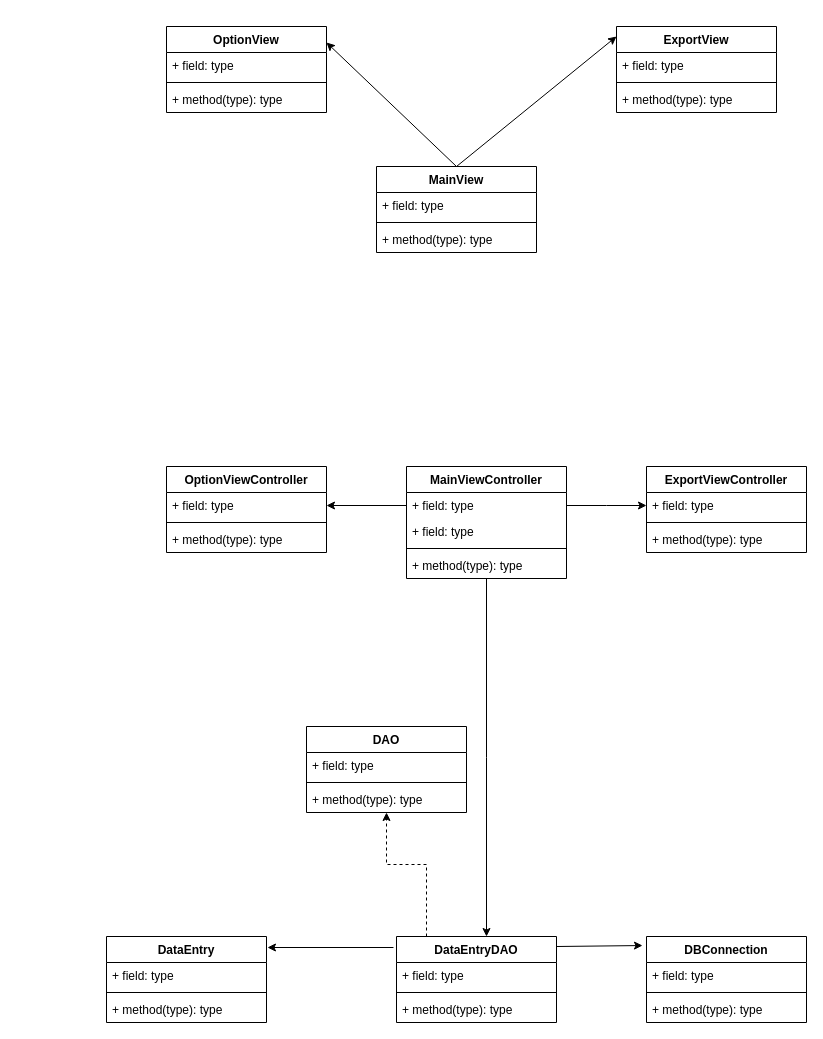
This is page "class" (2 of 7) of draw.io/SimpleTimeTracker.drawio from j323m13/simpletimetracker, a draw.io file, before an edit. Source tidied: cells renumbered, new cells numbered last; positions are measured from the earlier drawing's top-left corner, leaving out a move shared by most shapes. Both pictures are drawn from the tidied source at 100%, with x=0, y=0 at pixel (106, 26).
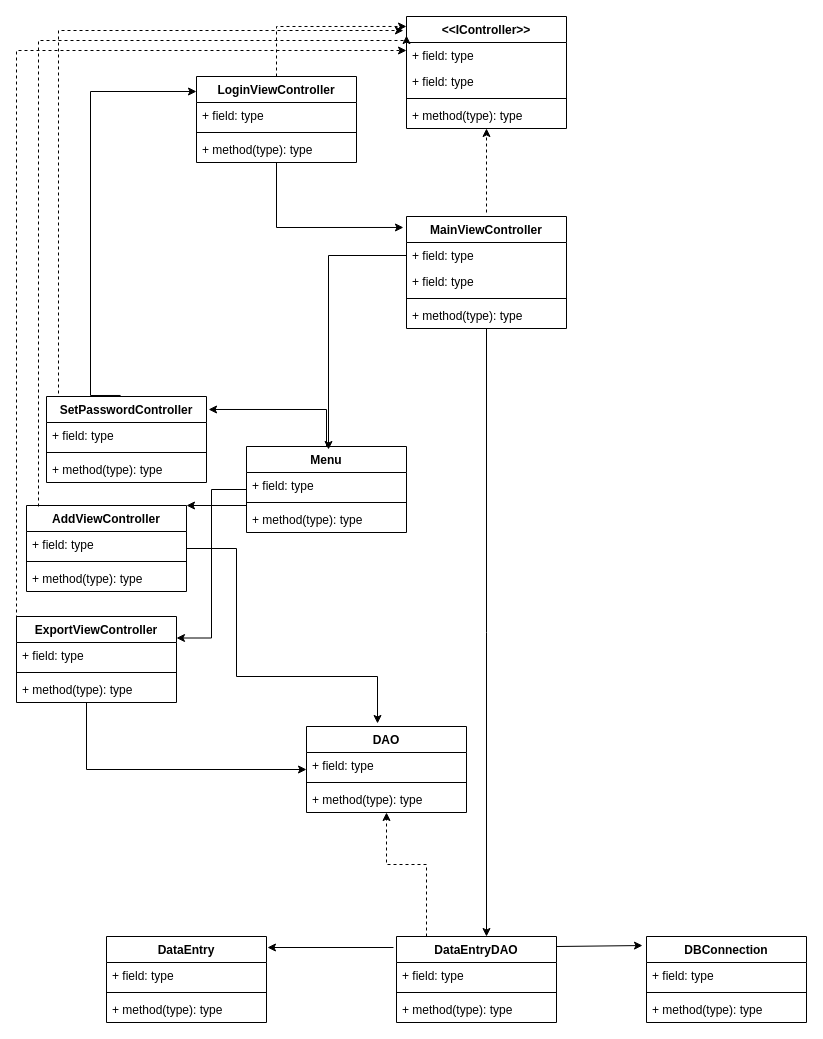
After the change.

Unchanged cells that the change refers to:
```xml
<mxCell id="2" value="DAO" style="swimlane;fontStyle=1;align=center;verticalAlign=top;horizontal=1;startSize=26;" parent="1" vertex="1">
  <mxGeometry x="200" y="700" width="160" height="86" as="geometry" />
</mxCell>
<mxCell id="39" value="+ field: type" style="text;strokeColor=none;fillColor=none;align=left;verticalAlign=top;spacingLeft=4;spacingRight=4;overflow=hidden;points=[[0,0.5],[1,0.5]];portConstraint=eastwest;" parent="36" vertex="1">
  <mxGeometry y="26" width="160" height="26" as="geometry" />
</mxCell>
```

What changed in the source:
```diff
@@
-    <mxCell id="16" value="MainView" style="swimlane;fontStyle=1;align=center;verticalAlign=top;horizontal=1;startSize=26;" parent="1" vertex="1">
-      <mxGeometry x="270" y="140" width="160" height="86" as="geometry" />
-    </mxCell>
-    <mxCell id="17" value="+ field: type" style="text;strokeColor=none;fillColor=none;align=left;verticalAlign=top;spacingLeft=4;spacingRight=4;overflow=hidden;" parent="16" vertex="1">
-      <mxGeometry y="26" width="160" height="26" as="geometry" />
-    </mxCell>
-    <mxCell id="18" style="line;strokeWidth=1;fillColor=none;align=left;verticalAlign=middle;spacingTop=-1;spacingLeft=3;spacingRight=3;labelPosition=right;" parent="16" vertex="1">
-      <mxGeometry y="52" width="160" height="8" as="geometry" />
-    </mxCell>
-    <mxCell id="19" value="+ method(type): type" style="text;strokeColor=none;fillColor=none;align=left;verticalAlign=top;spacingLeft=4;spacingRight=4;overflow=hidden;" parent="16" vertex="1">
-      <mxGeometry y="60" width="160" height="26" as="geometry" />
-    </mxCell>
-    <mxCell id="20" value="OptionView" style="swimlane;fontStyle=1;align=center;verticalAlign=top;horizontal=1;startSize=26;" parent="1" vertex="1">
-      <mxGeometry x="60" width="160" height="86" as="geometry" />
-    </mxCell>
-    <mxCell id="21" value="+ field: type" style="text;strokeColor=none;fillColor=none;align=left;verticalAlign=top;spacingLeft=4;spacingRight=4;overflow=hidden;" parent="20" vertex="1">
-      <mxGeometry y="26" width="160" height="26" as="geometry" />
-    </mxCell>
-    <mxCell id="22" style="line;strokeWidth=1;fillColor=none;align=left;verticalAlign=middle;spacingTop=-1;spacingLeft=3;spacingRight=3;labelPosition=right;" parent="20" vertex="1">
-      <mxGeometry y="52" width="160" height="8" as="geometry" />
-    </mxCell>
-    <mxCell id="23" value="+ method(type): type" style="text;strokeColor=none;fillColor=none;align=left;verticalAlign=top;spacingLeft=4;spacingRight=4;overflow=hidden;" parent="20" vertex="1">
-      <mxGeometry y="60" width="160" height="26" as="geometry" />
-    </mxCell>
-    <mxCell id="24" value="ExportView" style="swimlane;fontStyle=1;align=center;verticalAlign=top;horizontal=1;startSize=26;" parent="1" vertex="1">
-      <mxGeometry x="510" width="160" height="86" as="geometry" />
-    </mxCell>
-    <mxCell id="25" value="+ field: type" style="text;strokeColor=none;fillColor=none;align=left;verticalAlign=top;spacingLeft=4;spacingRight=4;overflow=hidden;" parent="24" vertex="1">
-      <mxGeometry y="26" width="160" height="26" as="geometry" />
-    </mxCell>
-    <mxCell id="26" style="line;strokeWidth=1;fillColor=none;align=left;verticalAlign=middle;spacingTop=-1;spacingLeft=3;spacingRight=3;labelPosition=right;" parent="24" vertex="1">
-      <mxGeometry y="52" width="160" height="8" as="geometry" />
-    </mxCell>
-    <mxCell id="27" value="+ method(type): type" style="text;strokeColor=none;fillColor=none;align=left;verticalAlign=top;spacingLeft=4;spacingRight=4;overflow=hidden;" parent="24" vertex="1">
-      <mxGeometry y="60" width="160" height="26" as="geometry" />
-    </mxCell>
-    <mxCell id="28" style="endArrow=classic;html=1;exitX=0.5;exitY=0;exitDx=0;exitDy=0;entryX=1;entryY=0.186;entryDx=0;entryDy=0;entryPerimeter=0;" parent="1" edge="1" source="16" target="20">
-      <mxGeometry relative="1" as="geometry" />
-    </mxCell>
-    <mxCell id="29" style="endArrow=classic;html=1;exitX=0.5;exitY=0;exitDx=0;exitDy=0;entryX=0;entryY=0.116;entryDx=0;entryDy=0;entryPerimeter=0;" parent="1" edge="1" source="16" target="24">
-      <mxGeometry relative="1" as="geometry" />
-    </mxCell>
@@
     <mxCell id="36" value="MainViewController" style="swimlane;fontStyle=1;align=center;verticalAlign=top;horizontal=1;startSize=26;" parent="1" vertex="1">
-      <mxGeometry x="300" y="440" width="160" height="112" as="geometry" />
+      <mxGeometry x="300" y="190" width="160" height="112" as="geometry" />
     </mxCell>
-    <mxCell id="37" style="edgeStyle=orthogonalEdgeStyle;rounded=0;jettySize=auto;html=1;" parent="36" edge="1" source="39">
-      <mxGeometry relative="1" as="geometry">
-        <mxPoint x="-80" y="39" as="targetPoint" />
-      </mxGeometry>
-    </mxCell>
-    <mxCell id="38" style="edgeStyle=orthogonalEdgeStyle;rounded=0;jettySize=auto;html=1;" parent="36" edge="1" source="39">
-      <mxGeometry relative="1" as="geometry">
-        <mxPoint x="240" y="39" as="targetPoint" />
-      </mxGeometry>
-    </mxCell>
@@
+    <mxCell id="47" value="ExportViewController" style="swimlane;fontStyle=1;align=center;verticalAlign=top;horizontal=1;startSize=26;" parent="1" vertex="1">
+      <mxGeometry x="-90" y="590" width="160" height="86" as="geometry" />
+    </mxCell>
+    <mxCell id="48" value="+ field: type" style="text;strokeColor=none;fillColor=none;align=left;verticalAlign=top;spacingLeft=4;spacingRight=4;overflow=hidden;" parent="47" vertex="1">
+      <mxGeometry y="26" width="160" height="26" as="geometry" />
+    </mxCell>
+    <mxCell id="49" style="line;strokeWidth=1;fillColor=none;align=left;verticalAlign=middle;spacingTop=-1;spacingLeft=3;spacingRight=3;labelPosition=right;" parent="47" vertex="1">
+      <mxGeometry y="52" width="160" height="8" as="geometry" />
+    </mxCell>
+    <mxCell id="50" value="+ method(type): type" style="text;strokeColor=none;fillColor=none;align=left;verticalAlign=top;spacingLeft=4;spacingRight=4;overflow=hidden;" parent="47" vertex="1">
+      <mxGeometry y="60" width="160" height="26" as="geometry" />
+    </mxCell>
+    <mxCell id="51" style="edgeStyle=orthogonalEdgeStyle;rounded=0;jettySize=auto;html=1;entryX=-0.019;entryY=0.098;entryDx=0;entryDy=0;entryPerimeter=0;" parent="1" edge="1" source="52" target="36">
+      <mxGeometry relative="1" as="geometry">
+        <Array as="points">
+          <mxPoint x="170" y="201" />
+        </Array>
+      </mxGeometry>
+    </mxCell>
+    <mxCell id="52" value="LoginViewController" style="swimlane;fontStyle=1;align=center;verticalAlign=top;horizontal=1;startSize=26;" parent="1" vertex="1">
+      <mxGeometry x="90" y="50" width="160" height="86" as="geometry" />
+    </mxCell>
+    <mxCell id="53" value="+ field: type" style="text;strokeColor=none;fillColor=none;align=left;verticalAlign=top;spacingLeft=4;spacingRight=4;overflow=hidden;" parent="52" vertex="1">
+      <mxGeometry y="26" width="160" height="26" as="geometry" />
+    </mxCell>
+    <mxCell id="54" style="line;strokeWidth=1;fillColor=none;align=left;verticalAlign=middle;spacingTop=-1;spacingLeft=3;spacingRight=3;labelPosition=right;" parent="52" vertex="1">
+      <mxGeometry y="52" width="160" height="8" as="geometry" />
+    </mxCell>
+    <mxCell id="55" value="+ method(type): type" style="text;strokeColor=none;fillColor=none;align=left;verticalAlign=top;spacingLeft=4;spacingRight=4;overflow=hidden;" parent="52" vertex="1">
+      <mxGeometry y="60" width="160" height="26" as="geometry" />
+    </mxCell>
+    <mxCell id="56" style="edgeStyle=orthogonalEdgeStyle;rounded=0;jettySize=auto;html=1;entryX=1;entryY=0.25;entryDx=0;entryDy=0;" parent="1" edge="1" source="58" target="47">
+      <mxGeometry relative="1" as="geometry" />
+    </mxCell>
+    <mxCell id="57" style="edgeStyle=orthogonalEdgeStyle;rounded=0;jettySize=auto;html=1;" parent="1" edge="1" source="58" target="43">
+      <mxGeometry relative="1" as="geometry">
+        <Array as="points">
+          <mxPoint x="180" y="490" />
+        </Array>
+      </mxGeometry>
+    </mxCell>
+    <mxCell id="58" value="Menu" style="swimlane;fontStyle=1;align=center;verticalAlign=top;horizontal=1;startSize=26;" parent="1" vertex="1">
+      <mxGeometry x="140" y="420" width="160" height="86" as="geometry" />
+    </mxCell>
+    <mxCell id="59" value="+ field: type" style="text;strokeColor=none;fillColor=none;align=left;verticalAlign=top;spacingLeft=4;spacingRight=4;overflow=hidden;" parent="58" vertex="1">
+      <mxGeometry y="26" width="160" height="26" as="geometry" />
+    </mxCell>
+    <mxCell id="60" style="line;strokeWidth=1;fillColor=none;align=left;verticalAlign=middle;spacingTop=-1;spacingLeft=3;spacingRight=3;labelPosition=right;" parent="58" vertex="1">
+      <mxGeometry y="52" width="160" height="8" as="geometry" />
+    </mxCell>
+    <mxCell id="61" value="+ method(type): type" style="text;strokeColor=none;fillColor=none;align=left;verticalAlign=top;spacingLeft=4;spacingRight=4;overflow=hidden;" parent="58" vertex="1">
+      <mxGeometry y="60" width="160" height="26" as="geometry" />
+    </mxCell>
+    <mxCell id="37" style="edgeStyle=orthogonalEdgeStyle;rounded=0;jettySize=auto;html=1;" parent="1" edge="1" source="39">
+      <mxGeometry relative="1" as="geometry">
+        <mxPoint x="222" y="423" as="targetPoint" />
+        <Array as="points">
+          <mxPoint x="222" y="229" />
+        </Array>
+      </mxGeometry>
+    </mxCell>
+    <mxCell id="62" style="edgeStyle=orthogonalEdgeStyle;rounded=0;jettySize=auto;html=1;exitX=0.463;exitY=-0.012;exitDx=0;exitDy=0;exitPerimeter=0;" parent="1" edge="1" source="63" target="52">
+      <mxGeometry relative="1" as="geometry">
+        <Array as="points">
+          <mxPoint x="-16" y="369" />
+          <mxPoint x="-16" y="65" />
+        </Array>
+      </mxGeometry>
+    </mxCell>
+    <mxCell id="63" value="SetPasswordController" style="swimlane;fontStyle=1;align=center;verticalAlign=top;horizontal=1;startSize=26;" parent="1" vertex="1">
+      <mxGeometry x="-60" y="370" width="160" height="86" as="geometry" />
+    </mxCell>
+    <mxCell id="64" value="+ field: type" style="text;strokeColor=none;fillColor=none;align=left;verticalAlign=top;spacingLeft=4;spacingRight=4;overflow=hidden;" parent="63" vertex="1">
+      <mxGeometry y="26" width="160" height="26" as="geometry" />
+    </mxCell>
+    <mxCell id="65" style="line;strokeWidth=1;fillColor=none;align=left;verticalAlign=middle;spacingTop=-1;spacingLeft=3;spacingRight=3;labelPosition=right;" parent="63" vertex="1">
+      <mxGeometry y="52" width="160" height="8" as="geometry" />
+    </mxCell>
+    <mxCell id="66" value="+ method(type): type" style="text;strokeColor=none;fillColor=none;align=left;verticalAlign=top;spacingLeft=4;spacingRight=4;overflow=hidden;" parent="63" vertex="1">
+      <mxGeometry y="60" width="160" height="26" as="geometry" />
+    </mxCell>
+    <mxCell id="67" style="edgeStyle=orthogonalEdgeStyle;rounded=0;jettySize=auto;html=1;entryX=1.013;entryY=0.151;entryDx=0;entryDy=0;entryPerimeter=0;exitX=0.5;exitY=0;exitDx=0;exitDy=0;" parent="1" edge="1" source="58" target="63">
+      <mxGeometry relative="1" as="geometry">
+        <Array as="points">
+          <mxPoint x="220" y="383" />
+        </Array>
+      </mxGeometry>
+    </mxCell>
+    <mxCell id="68" value="&lt;&lt;IController&gt;&gt;" style="swimlane;fontStyle=1;align=center;verticalAlign=top;horizontal=1;startSize=26;" parent="1" vertex="1">
+      <mxGeometry x="300" y="-10" width="160" height="112" as="geometry" />
+    </mxCell>
+    <mxCell id="69" value="+ field: type" style="text;strokeColor=none;fillColor=none;align=left;verticalAlign=top;spacingLeft=4;spacingRight=4;overflow=hidden;" parent="68" vertex="1">
+      <mxGeometry y="26" width="160" height="26" as="geometry" />
+    </mxCell>
+    <mxCell id="70" value="+ field: type" style="text;strokeColor=none;fillColor=none;align=left;verticalAlign=top;spacingLeft=4;spacingRight=4;overflow=hidden;" parent="68" vertex="1">
+      <mxGeometry y="52" width="160" height="26" as="geometry" />
+    </mxCell>
+    <mxCell id="71" style="line;strokeWidth=1;fillColor=none;align=left;verticalAlign=middle;spacingTop=-1;spacingLeft=3;spacingRight=3;labelPosition=right;" parent="68" vertex="1">
+      <mxGeometry y="78" width="160" height="8" as="geometry" />
+    </mxCell>
+    <mxCell id="72" value="+ method(type): type" style="text;strokeColor=none;fillColor=none;align=left;verticalAlign=top;spacingLeft=4;spacingRight=4;overflow=hidden;" parent="68" vertex="1">
+      <mxGeometry y="86" width="160" height="26" as="geometry" />
+    </mxCell>
+    <mxCell id="73" style="edgeStyle=orthogonalEdgeStyle;rounded=0;jettySize=auto;html=1;dashed=1;" parent="1" edge="1" target="68">
+      <mxGeometry relative="1" as="geometry">
+        <mxPoint x="380" y="186" as="sourcePoint" />
+        <Array as="points">
+          <mxPoint x="380" y="186" />
+        </Array>
+      </mxGeometry>
+    </mxCell>
-    <mxCell id="43" value="OptionViewController" style="swimlane;fontStyle=1;align=center;verticalAlign=top;horizontal=1;startSize=26;" parent="1" vertex="1">
-      <mxGeometry x="60" y="440" width="160" height="86" as="geometry" />
+    <mxCell id="43" value="AddViewController" style="swimlane;fontStyle=1;align=center;verticalAlign=top;horizontal=1;startSize=26;" parent="1" vertex="1">
+      <mxGeometry x="-80" y="479" width="160" height="86" as="geometry" />
     </mxCell>
@@
-    <mxCell id="47" value="ExportViewController" style="swimlane;fontStyle=1;align=center;verticalAlign=top;horizontal=1;startSize=26;" parent="1" vertex="1">
-      <mxGeometry x="540" y="440" width="160" height="86" as="geometry" />
-    </mxCell>
-    <mxCell id="48" value="+ field: type" style="text;strokeColor=none;fillColor=none;align=left;verticalAlign=top;spacingLeft=4;spacingRight=4;overflow=hidden;" parent="47" vertex="1">
-      <mxGeometry y="26" width="160" height="26" as="geometry" />
-    </mxCell>
-    <mxCell id="49" style="line;strokeWidth=1;fillColor=none;align=left;verticalAlign=middle;spacingTop=-1;spacingLeft=3;spacingRight=3;labelPosition=right;" parent="47" vertex="1">
-      <mxGeometry y="52" width="160" height="8" as="geometry" />
-    </mxCell>
-    <mxCell id="50" value="+ method(type): type" style="text;strokeColor=none;fillColor=none;align=left;verticalAlign=top;spacingLeft=4;spacingRight=4;overflow=hidden;" parent="47" vertex="1">
-      <mxGeometry y="60" width="160" height="26" as="geometry" />
-    </mxCell>
+    <mxCell id="74" style="edgeStyle=orthogonalEdgeStyle;rounded=0;jettySize=auto;html=1;dashed=1;exitX=0.5;exitY=0;exitDx=0;exitDy=0;entryX=0;entryY=0.089;entryDx=0;entryDy=0;entryPerimeter=0;" parent="1" edge="1" source="52" target="68">
+      <mxGeometry relative="1" as="geometry">
+        <Array as="points">
+          <mxPoint x="170" />
+        </Array>
+      </mxGeometry>
+    </mxCell>
+    <mxCell id="75" style="edgeStyle=orthogonalEdgeStyle;rounded=0;jettySize=auto;html=1;dashed=1;exitX=0.075;exitY=-0.035;exitDx=0;exitDy=0;entryX=-0.019;entryY=0.125;entryDx=0;entryDy=0;entryPerimeter=0;exitPerimeter=0;" parent="1" edge="1" source="63" target="68">
+      <mxGeometry relative="1" as="geometry">
+        <Array as="points">
+          <mxPoint x="-48" y="4" />
+        </Array>
+      </mxGeometry>
+    </mxCell>
+    <mxCell id="76" style="edgeStyle=orthogonalEdgeStyle;rounded=0;jettySize=auto;html=1;dashed=1;entryX=0;entryY=0.17;entryDx=0;entryDy=0;entryPerimeter=0;" parent="1" edge="1" target="68">
+      <mxGeometry relative="1" as="geometry">
+        <mxPoint x="-68" y="480" as="sourcePoint" />
+        <Array as="points">
+          <mxPoint x="-68" y="480" />
+          <mxPoint x="-68" y="14" />
+          <mxPoint x="300" y="14" />
+        </Array>
+      </mxGeometry>
+    </mxCell>
+    <mxCell id="77" style="edgeStyle=orthogonalEdgeStyle;rounded=0;jettySize=auto;html=1;dashed=1;" parent="1" edge="1" target="68">
+      <mxGeometry relative="1" as="geometry">
+        <mxPoint x="-90" y="598" as="sourcePoint" />
+        <Array as="points">
+          <mxPoint x="-90" y="24" />
+        </Array>
+      </mxGeometry>
+    </mxCell>
+    <mxCell id="78" style="edgeStyle=orthogonalEdgeStyle;rounded=0;jettySize=auto;html=1;" parent="1" edge="1" target="2">
+      <mxGeometry relative="1" as="geometry">
+        <mxPoint x="-20" y="676" as="sourcePoint" />
+        <Array as="points">
+          <mxPoint x="-20" y="743" />
+        </Array>
+      </mxGeometry>
+    </mxCell>
+    <mxCell id="79" style="edgeStyle=orthogonalEdgeStyle;rounded=0;jettySize=auto;html=1;entryX=0.444;entryY=-0.035;entryDx=0;entryDy=0;entryPerimeter=0;" parent="1" edge="1" source="43" target="2">
+      <mxGeometry relative="1" as="geometry">
+        <Array as="points">
+          <mxPoint x="130" y="522" />
+          <mxPoint x="130" y="650" />
+          <mxPoint x="271" y="650" />
+        </Array>
+      </mxGeometry>
+    </mxCell>
```
